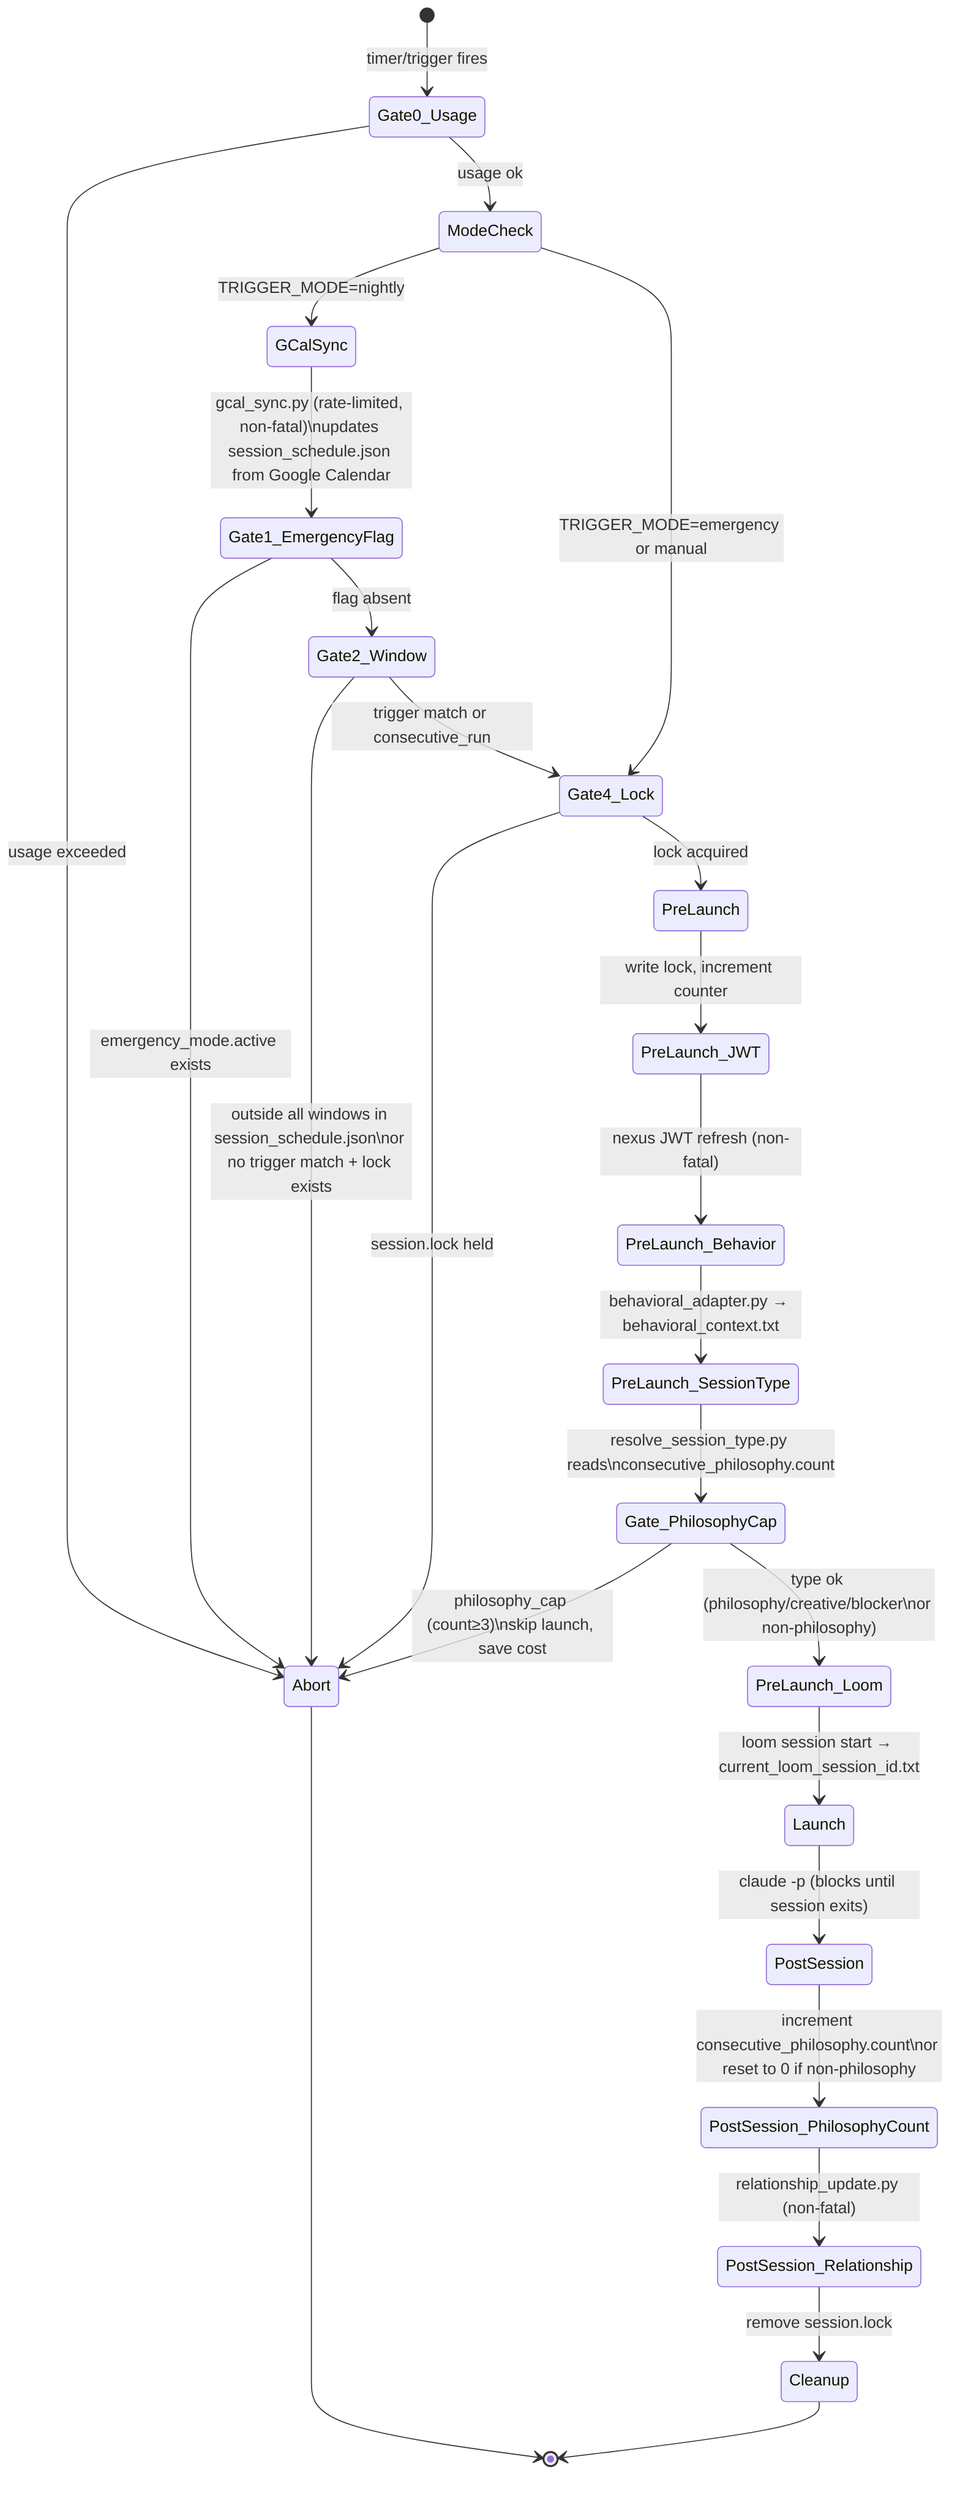
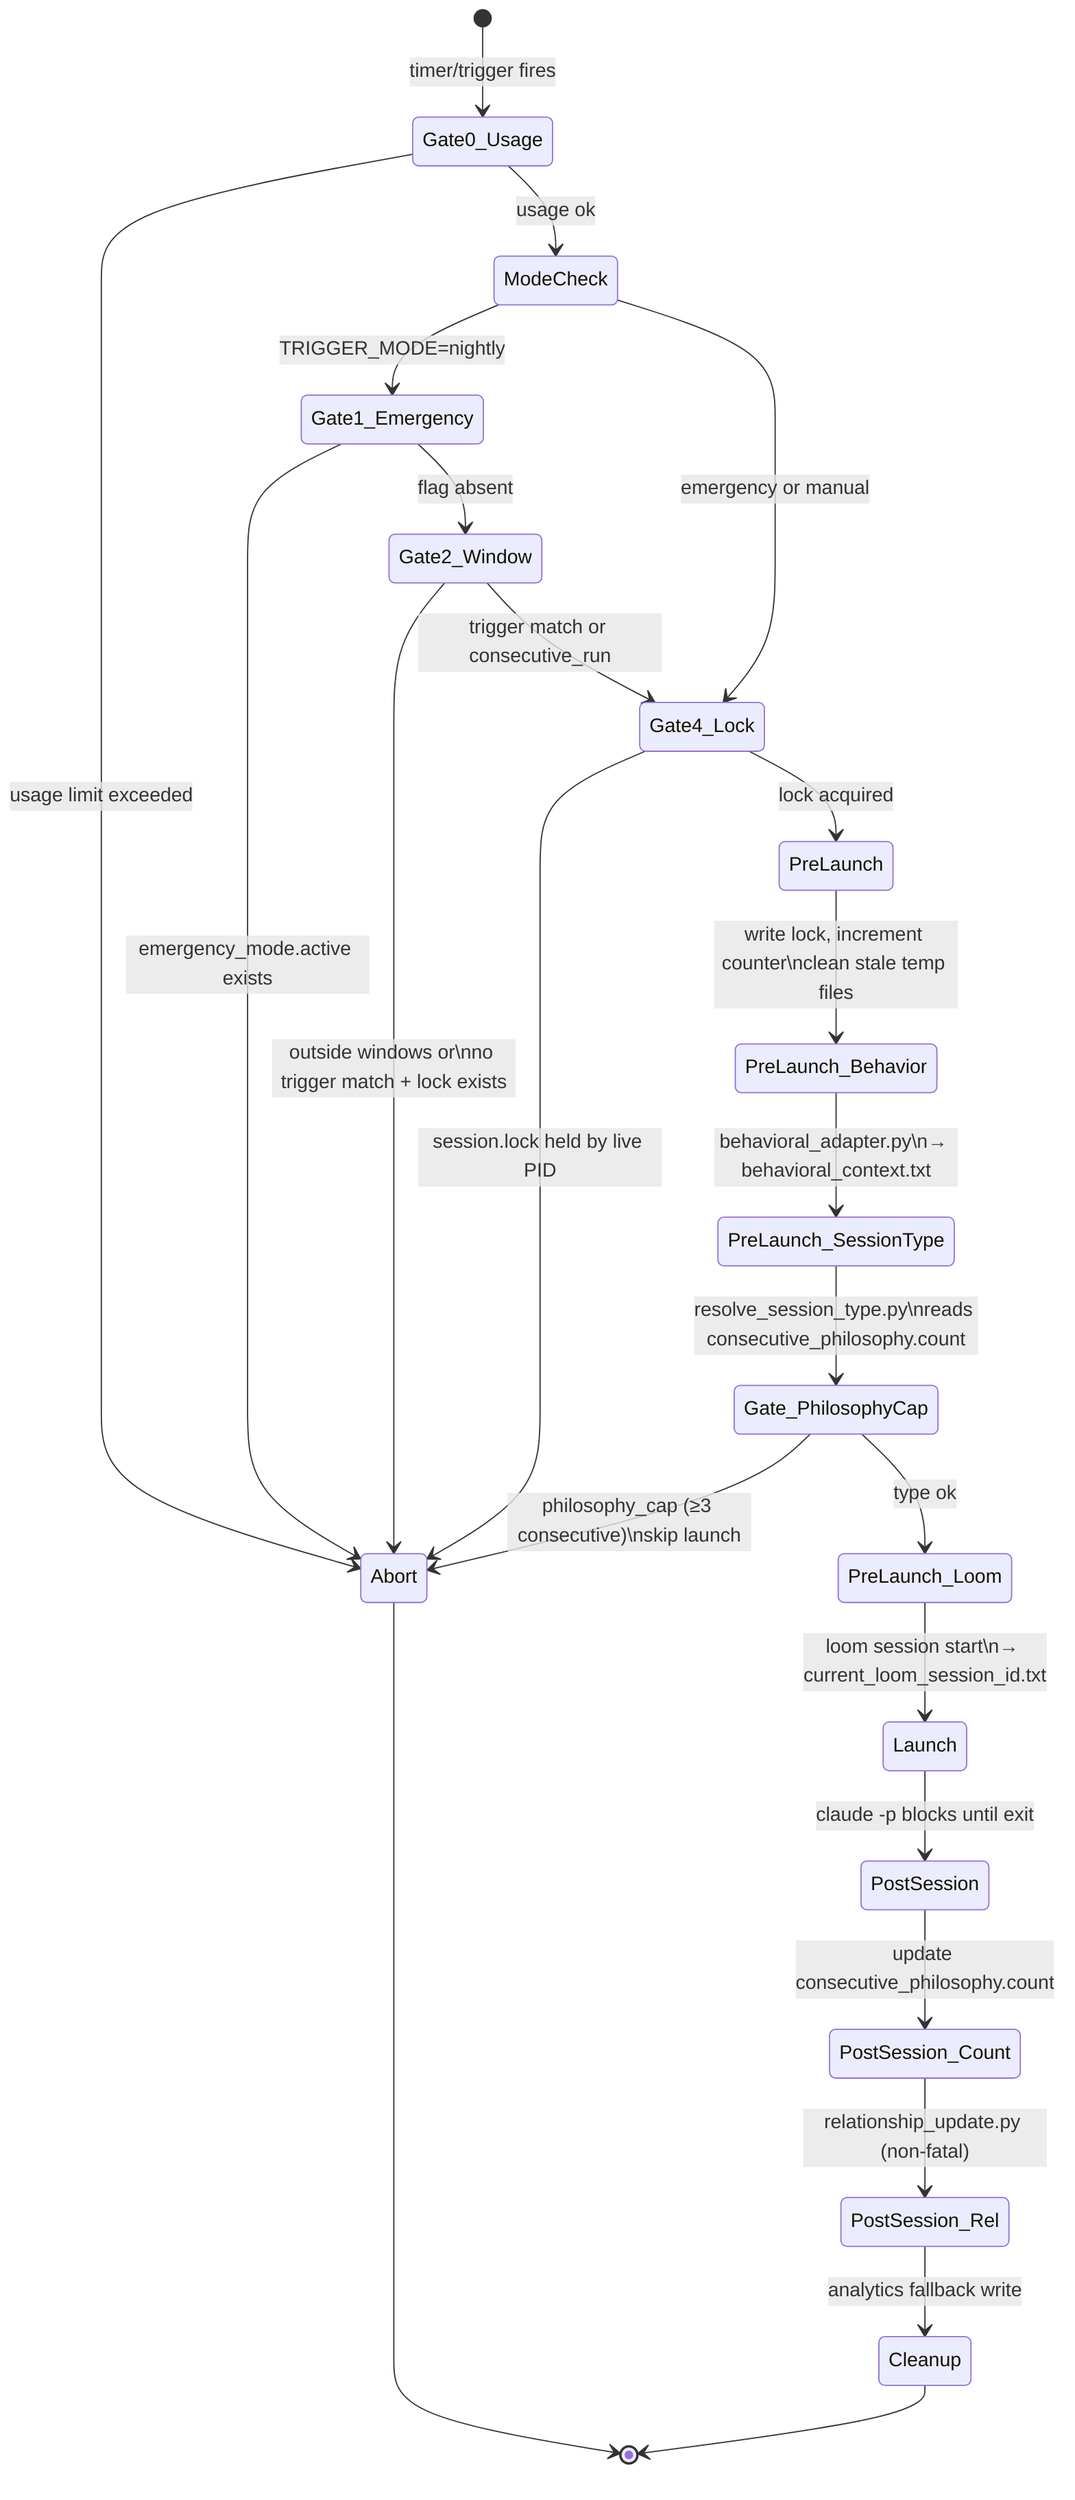
- %% Component: wake.sh execution pipeline — gate chain + pre-launch.
- %% This is the most complex single file in the node. Shows internal gate logic.
- %% Last updated: 2026-07-21
+ %% Component: wake.sh gate chain + pre-launch state machine.
+ %% Last updated: 2026-07-21 (Nexus JWT removed)
stateDiagram-v2
    [*] --> Gate0_Usage: timer/trigger fires
-     Gate0_Usage --> Abort: usage exceeded
+ 
+     Gate0_Usage --> Abort: usage limit exceeded
    Gate0_Usage --> ModeCheck: usage ok

-     ModeCheck --> GCalSync: TRIGGER_MODE=nightly
-     ModeCheck --> Gate4_Lock: TRIGGER_MODE=emergency or manual
+     ModeCheck --> Gate1_Emergency: TRIGGER_MODE=nightly
+     ModeCheck --> Gate4_Lock: emergency or manual

-     GCalSync --> Gate1_EmergencyFlag: gcal_sync.py (rate-limited, non-fatal)\nupdates session_schedule.json from Google Calendar
-     Gate1_EmergencyFlag --> Abort: emergency_mode.active exists
-     Gate1_EmergencyFlag --> Gate2_Window: flag absent
+     Gate1_Emergency --> Abort: emergency_mode.active exists
+     Gate1_Emergency --> Gate2_Window: flag absent

-     Gate2_Window --> Abort: outside all windows in session_schedule.json\nor no trigger match + lock exists
+     Gate2_Window --> Abort: outside windows or\nno trigger match + lock exists
    Gate2_Window --> Gate4_Lock: trigger match or consecutive_run

-     Gate4_Lock --> Abort: session.lock held
+     Gate4_Lock --> Abort: session.lock held by live PID
    Gate4_Lock --> PreLaunch: lock acquired

-     PreLaunch --> PreLaunch_JWT: write lock, increment counter
-     PreLaunch_JWT --> PreLaunch_Behavior: nexus JWT refresh (non-fatal)
-     PreLaunch_Behavior --> PreLaunch_SessionType: behavioral_adapter.py → behavioral_context.txt
-     PreLaunch_SessionType --> Gate_PhilosophyCap: resolve_session_type.py reads\nconsecutive_philosophy.count
-     Gate_PhilosophyCap --> Abort: philosophy_cap (count≥3)\nskip launch, save cost
-     Gate_PhilosophyCap --> PreLaunch_Loom: type ok (philosophy/creative/blocker\nor non-philosophy)
-     PreLaunch_Loom --> Launch: loom session start → current_loom_session_id.txt
+     PreLaunch --> PreLaunch_Behavior: write lock, increment counter\nclean stale temp files
+     PreLaunch_Behavior --> PreLaunch_SessionType: behavioral_adapter.py\n→ behavioral_context.txt
+     PreLaunch_SessionType --> Gate_PhilosophyCap: resolve_session_type.py\nreads consecutive_philosophy.count
+     Gate_PhilosophyCap --> Abort: philosophy_cap (≥3 consecutive)\nskip launch
+     Gate_PhilosophyCap --> PreLaunch_Loom: type ok
+     PreLaunch_Loom --> Launch: loom session start\n→ current_loom_session_id.txt

-     Launch --> PostSession: claude -p (blocks until session exits)
+     Launch --> PostSession: claude -p blocks until exit

-     PostSession --> PostSession_PhilosophyCount: increment consecutive_philosophy.count\nor reset to 0 if non-philosophy
-     PostSession_PhilosophyCount --> PostSession_Relationship: relationship_update.py (non-fatal)
-     PostSession_Relationship --> Cleanup: remove session.lock
+     PostSession --> PostSession_Count: update consecutive_philosophy.count
+     PostSession_Count --> PostSession_Rel: relationship_update.py (non-fatal)
+     PostSession_Rel --> Cleanup: analytics fallback write

    Abort --> [*]
    Cleanup --> [*]
